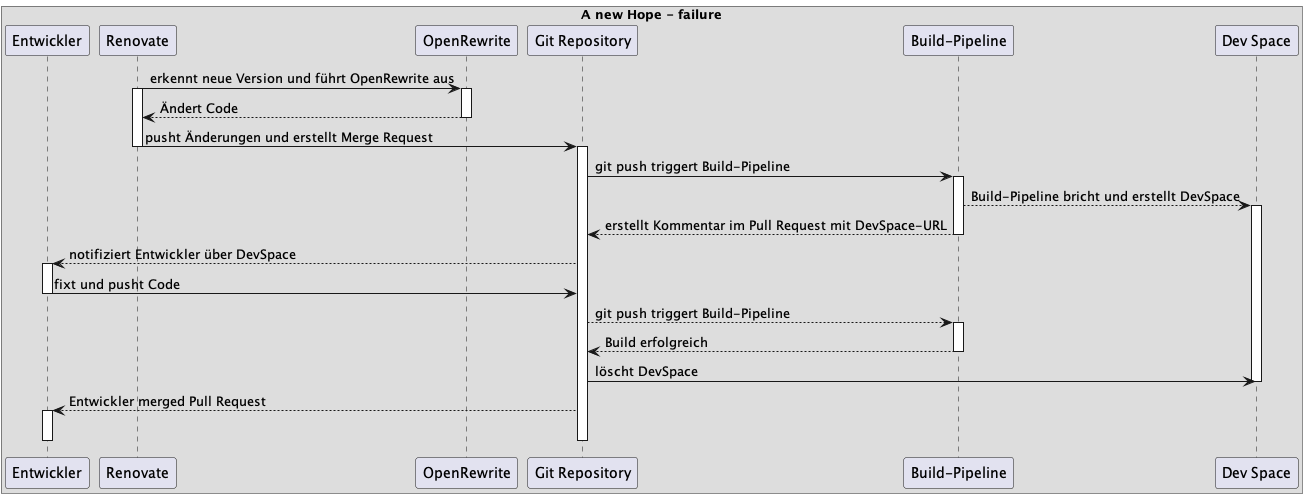
The PlantUML diagram diagrams/png/failure-sequence.png in gattma/renovate, before a commit. Its diagram source:
```plantuml
@startuml
box A new Hope - failure
participant Entwickler

participant Renovate

Renovate -> OpenRewrite : erkennt neue Version und führt OpenRewrite aus
activate Renovate
activate OpenRewrite

OpenRewrite --> Renovate : Ändert Code
deactivate OpenRewrite

Renovate -> "Git Repository" : pusht Änderungen und erstellt Merge Request
deactivate Renovate
activate "Git Repository"

"Git Repository" -> "Build-Pipeline" : git push triggert Build-Pipeline
activate "Build-Pipeline"
"Build-Pipeline" --> "Dev Space" : Build-Pipeline bricht und erstellt DevSpace
activate "Dev Space"
"Build-Pipeline" --> "Git Repository" : erstellt Kommentar im Pull Request mit DevSpace-URL
deactivate "Build-Pipeline"

"Git Repository" --> Entwickler : notifiziert Entwickler über DevSpace
activate Entwickler
Entwickler -> "Git Repository" : fixt und pusht Code
deactivate Entwickler

"Git Repository" --> "Build-Pipeline" : git push triggert Build-Pipeline
activate "Build-Pipeline"
"Build-Pipeline" --> "Git Repository" : Build erfolgreich
deactivate "Build-Pipeline"
"Git Repository" -> "Dev Space" : löscht DevSpace
deactivate "Dev Space"

"Git Repository" --> Entwickler : Entwickler merged Pull Request
activate Entwickler
deactivate Entwickler

deactivate "Git Repository"

end box
@enduml
```
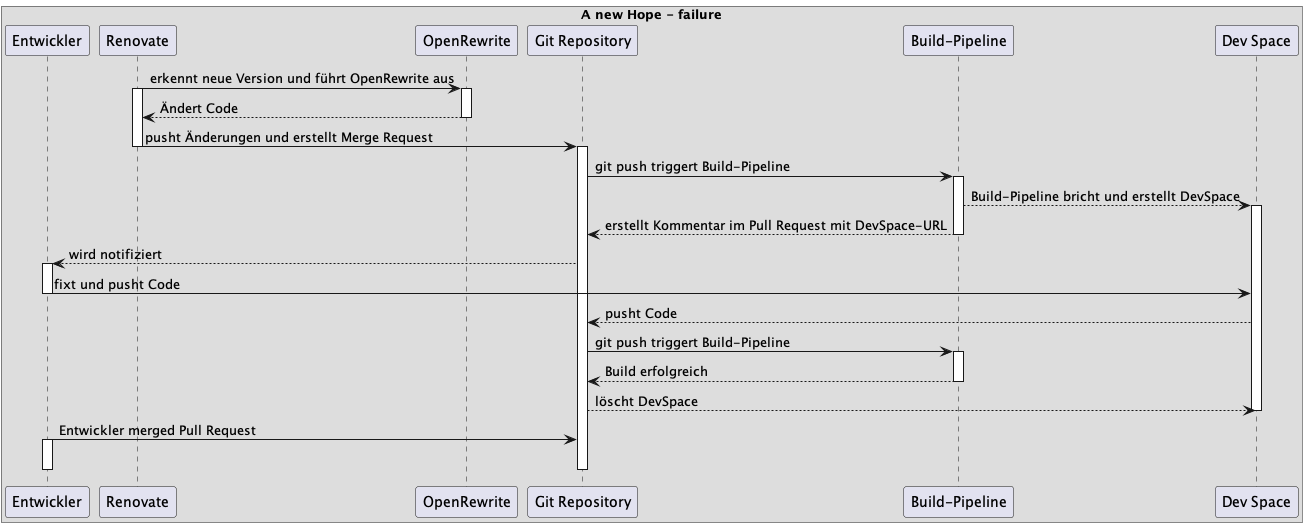
The same file after the commit.

Diff of the diagram source:
```diff
@@ -22,19 +22,21 @@
 "Build-Pipeline" --> "Git Repository" : erstellt Kommentar im Pull Request mit DevSpace-URL
 deactivate "Build-Pipeline"
 
-"Git Repository" --> Entwickler : notifiziert Entwickler über DevSpace
+"Git Repository" --> Entwickler : wird notifiziert
 activate Entwickler
-Entwickler -> "Git Repository" : fixt und pusht Code
+Entwickler -> "Dev Space" : fixt und pusht Code
 deactivate Entwickler
 
-"Git Repository" --> "Build-Pipeline" : git push triggert Build-Pipeline
+"Dev Space" --> "Git Repository" : pusht Code
+
+"Git Repository" -> "Build-Pipeline" : git push triggert Build-Pipeline
 activate "Build-Pipeline"
 "Build-Pipeline" --> "Git Repository" : Build erfolgreich
 deactivate "Build-Pipeline"
-"Git Repository" -> "Dev Space" : löscht DevSpace
+"Git Repository" --> "Dev Space" : löscht DevSpace
 deactivate "Dev Space"
 
-"Git Repository" --> Entwickler : Entwickler merged Pull Request
+Entwickler -> "Git Repository" : Entwickler merged Pull Request
 activate Entwickler
 deactivate Entwickler
 
```
